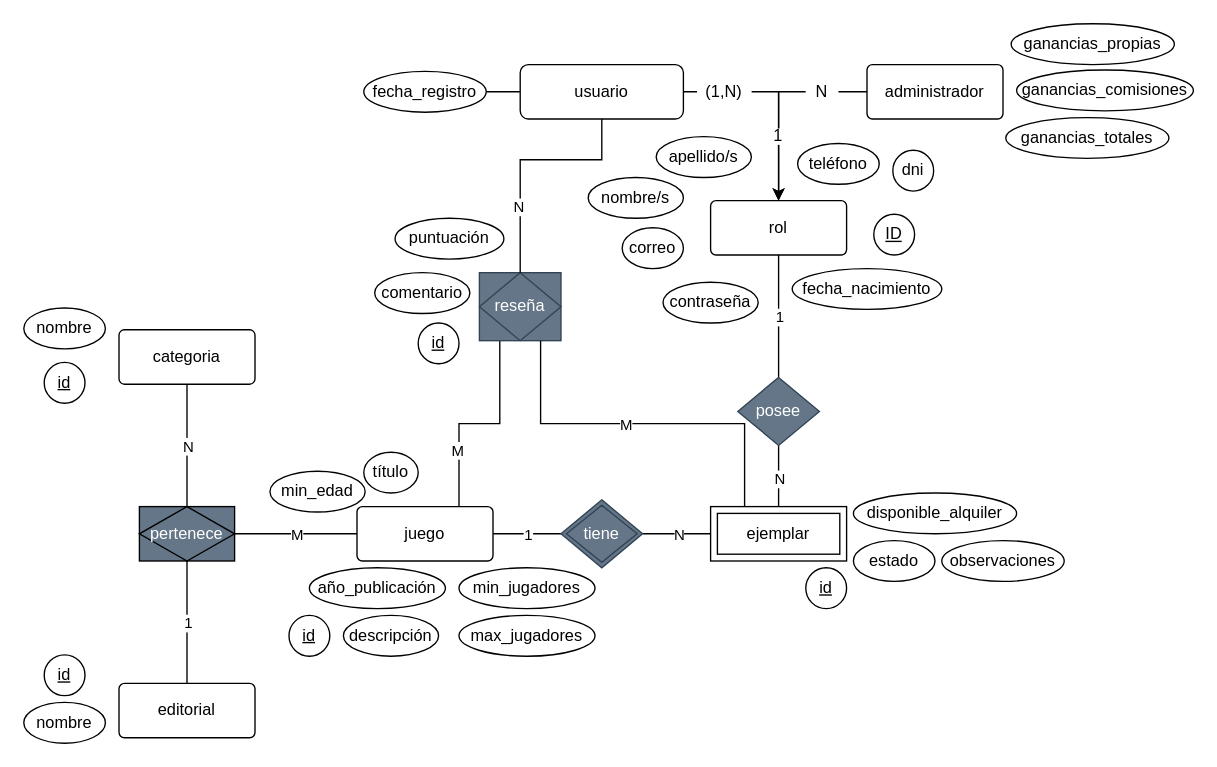
The draw.io diagram DER-jerarquia.drawio in SancLucas/Vuelta-al-Tablero, before the edit. Source tidied: cells renumbered, new cells numbered last; positions are measured from the earlier drawing's top-left corner, leaving out a move shared by most shapes. Both pictures are drawn from the tidied source at 136%, with x=0, y=0 at pixel (23, 23).
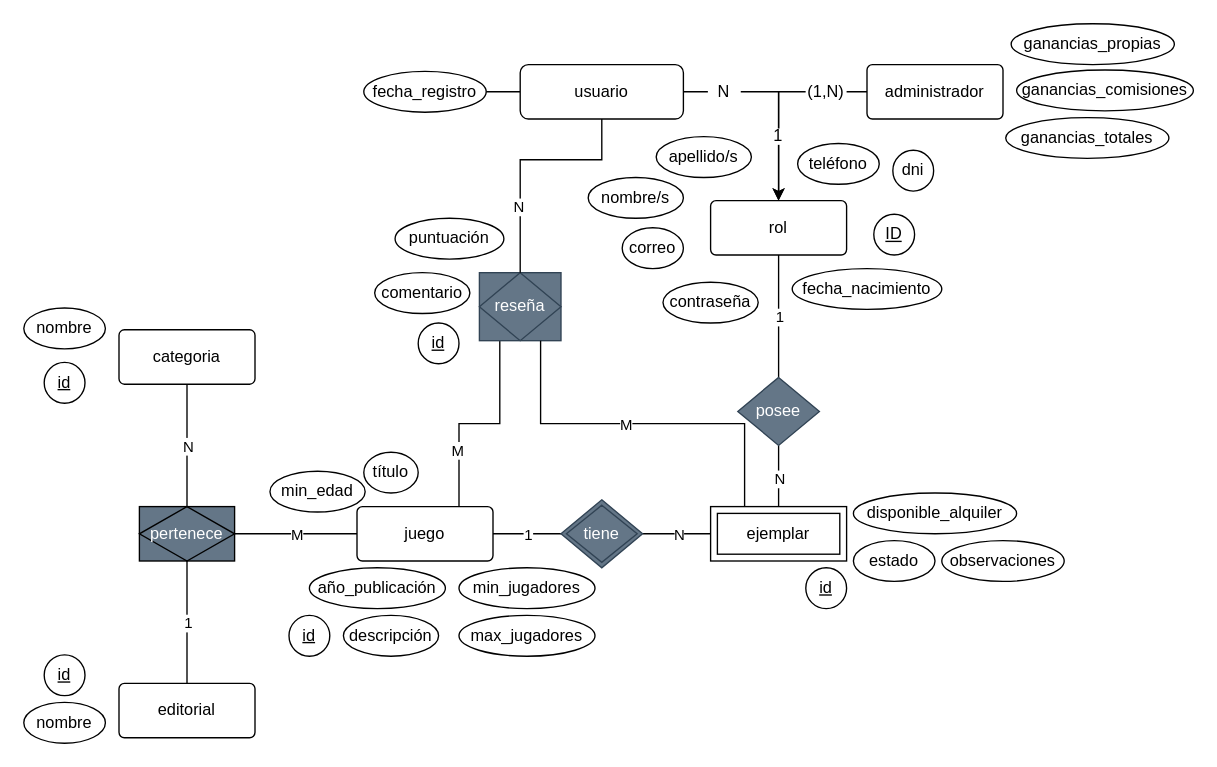
Above is the later version.

Commit message:
Propuesta con jerarquia modificado

What changed in the source:
```diff
@@
-    <mxCell id="61" value="N" style="text;html=1;whiteSpace=wrap;align=center;verticalAlign=middle;rounded=0;fillColor=default;" parent="1" vertex="1">
-      <mxGeometry x="575" y="44" width="24" height="12" as="geometry" />
+    <mxCell id="61" value="(1,N)" style="text;html=1;whiteSpace=wrap;align=center;verticalAlign=middle;rounded=0;fillColor=default;" parent="1" vertex="1">
+      <mxGeometry x="575" y="44" width="30" height="12" as="geometry" />
     </mxCell>
@@
-    <mxCell id="63" value="(1,N)" style="text;html=1;whiteSpace=wrap;align=center;verticalAlign=middle;rounded=0;fillColor=default;" parent="1" vertex="1">
-      <mxGeometry x="495" y="44" width="40" height="12" as="geometry" />
+    <mxCell id="63" value="N" style="text;html=1;whiteSpace=wrap;align=center;verticalAlign=middle;rounded=0;fillColor=default;" parent="1" vertex="1">
+      <mxGeometry x="503" y="44" width="24" height="12" as="geometry" />
     </mxCell>
```
